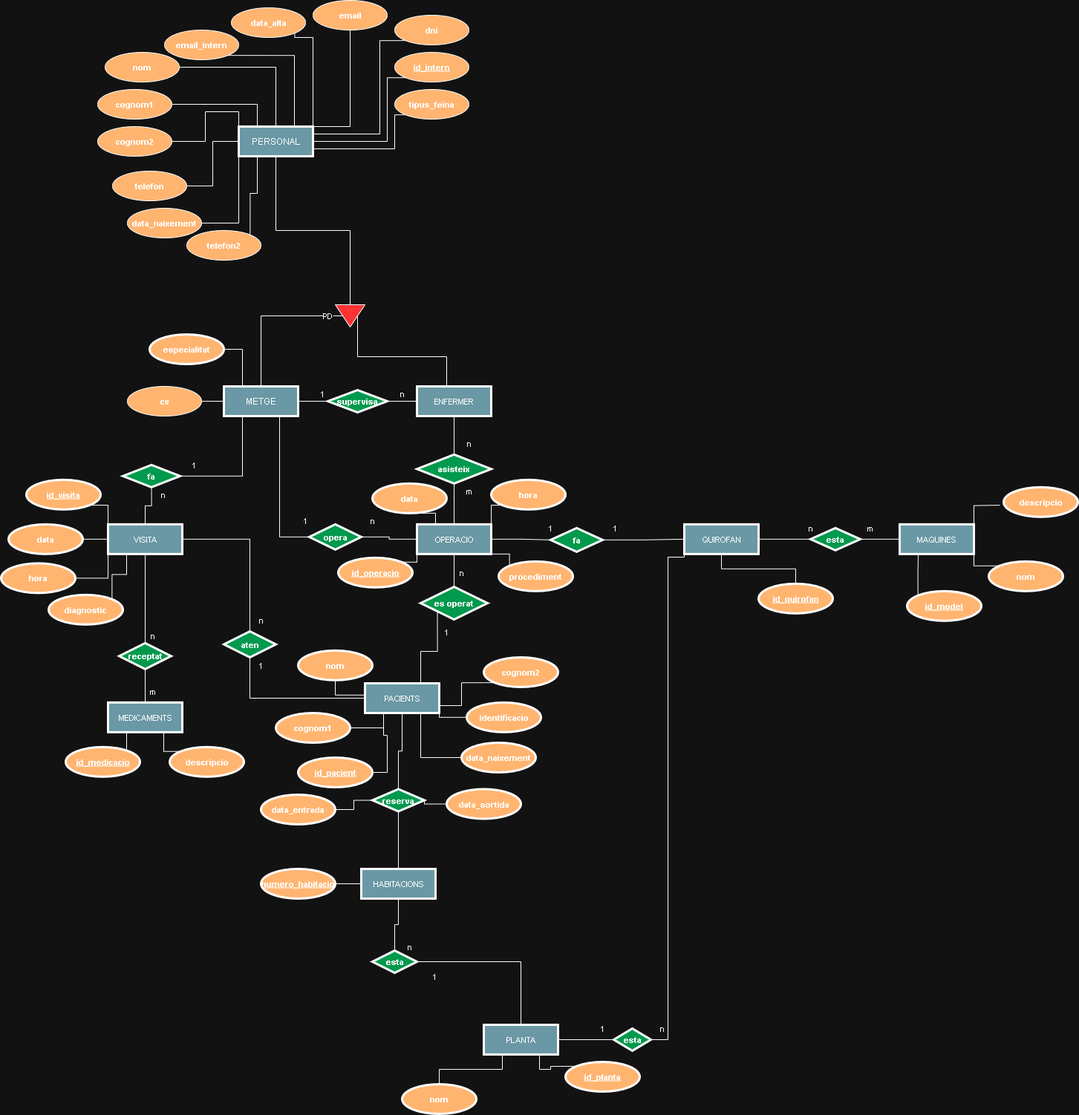
Above: base_de_dades/diagrama_ER_hospital.png in lleeerrriiiccc/Projecte-hospital (draw.io), before the change. Source tidied: cells renumbered, new cells last; positions are measured from the earlier drawing's top-left corner, leaving out a move shared by most shapes.
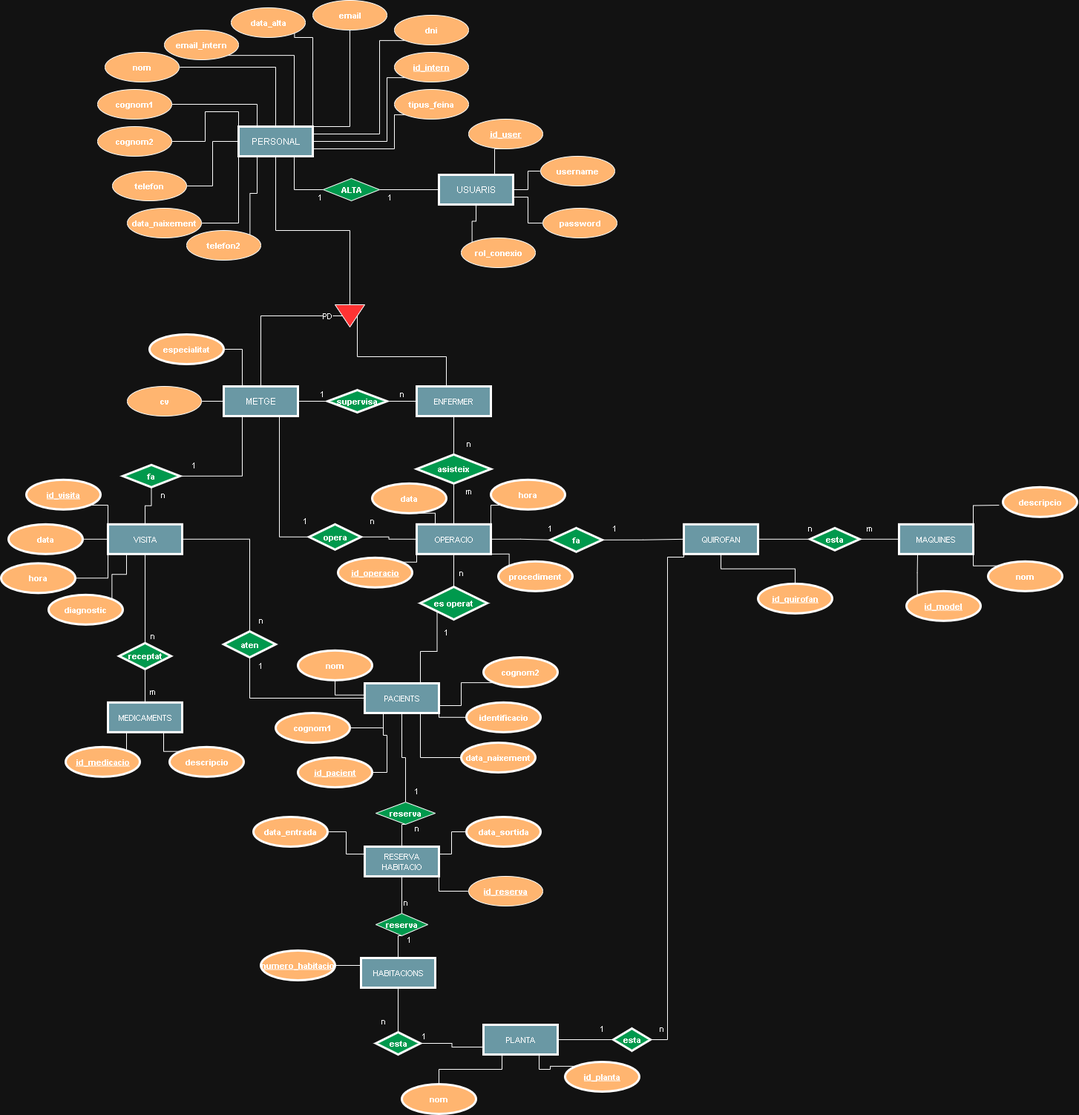
Above is the later version.

What changed in the source:
```diff
@@ -7,2 +7,5 @@
     </mxCell>
+    <mxCell id="154" style="edgeStyle=orthogonalEdgeStyle;rounded=0;jettySize=auto;html=1;exitX=0.75;exitY=1;exitDx=0;exitDy=0;entryX=0;entryY=0.5;entryDx=0;entryDy=0;endArrow=none;endFill=0;" parent="1" edge="1" source="3" target="164">
+      <mxGeometry relative="1" as="geometry" />
+    </mxCell>
     <mxCell id="3" value="PERSONAL" style="whiteSpace=wrap;html=1;align=center;fillColor=light-dark(#99DDFF, #6a98a4);fontColor=#ffffff;strokeColor=#FFFFFF;fillStyle=solid;strokeWidth=3;" parent="1" vertex="1">
@@ -152,5 +155,2 @@
     </mxCell>
-    <mxCell id="40" style="edgeStyle=orthogonalEdgeStyle;shape=connector;rounded=0;jettySize=auto;html=1;exitX=0.5;exitY=0;exitDx=0;exitDy=0;entryX=1;entryY=0.5;entryDx=0;entryDy=0;strokeColor=default;align=center;verticalAlign=middle;fontFamily=Helvetica;fontSize=11;fontColor=#ffffff;labelBackgroundColor=none;endArrow=none;endFill=0;" parent="1" edge="1" source="41" target="95">
-      <mxGeometry relative="1" as="geometry" />
-    </mxCell>
     <mxCell id="41" value="PLANTA" style="whiteSpace=wrap;html=1;align=center;fillColor=light-dark(#99DDFF, #6a98a4);fontColor=#ffffff;strokeColor=#FFFFFF;fillStyle=solid;strokeWidth=3;fontFamily=Helvetica;fontSize=11;labelBackgroundColor=none;" parent="1" vertex="1">
@@ -209,3 +209,3 @@
     <mxCell id="58" value="HABITACIONS" style="whiteSpace=wrap;html=1;align=center;fillColor=light-dark(#99DDFF, #6a98a4);fontColor=#ffffff;strokeColor=#FFFFFF;fillStyle=solid;strokeWidth=3;verticalAlign=middle;fontFamily=Helvetica;fontSize=11;labelBackgroundColor=none;" parent="1" vertex="1">
-      <mxGeometry x="485" y="1170" width="100" height="40" as="geometry" />
+      <mxGeometry x="485" y="1290" width="100" height="40" as="geometry" />
     </mxCell>
@@ -215,3 +215,3 @@
     <mxCell id="60" value="&lt;u&gt;numero_habitacio&lt;/u&gt;" style="ellipse;whiteSpace=wrap;html=1;align=center;fontFamily=Helvetica;fontSize=11;fontColor=default;labelBackgroundColor=none;fillColor=#FFB570;fontStyle=1;fillStyle=solid;strokeColor=#FFFFFF;strokeWidth=3;verticalAlign=middle;" parent="1" vertex="1">
-      <mxGeometry x="350" y="1170" width="100" height="40" as="geometry" />
+      <mxGeometry x="350" y="1280" width="100" height="40" as="geometry" />
     </mxCell>
@@ -220,5 +220,5 @@
     </mxCell>
-    <mxCell id="62" style="edgeStyle=orthogonalEdgeStyle;shape=connector;rounded=0;jettySize=auto;html=1;exitX=0.5;exitY=1;exitDx=0;exitDy=0;entryX=0.5;entryY=0;entryDx=0;entryDy=0;strokeColor=default;align=center;verticalAlign=middle;fontFamily=Helvetica;fontSize=11;fontColor=#ffffff;labelBackgroundColor=none;endArrow=none;endFill=0;" parent="1" edge="1" source="63" target="120">
-      <mxGeometry relative="1" as="geometry" />
-    </mxCell>
+    <mxCell id="155" style="edgeStyle=orthogonalEdgeStyle;shape=connector;rounded=0;jettySize=auto;html=1;exitX=0.5;exitY=1;exitDx=0;exitDy=0;entryX=0.5;entryY=0;entryDx=0;entryDy=0;strokeColor=default;align=center;verticalAlign=middle;fontFamily=Helvetica;fontSize=11;fontColor=default;labelBackgroundColor=default;endArrow=none;endFill=0;" parent="1" edge="1" source="63" target="176">
+      <mxGeometry relative="1" as="geometry" />
+    </mxCell>
     <mxCell id="63" value="PACIENTS" style="whiteSpace=wrap;html=1;align=center;fillColor=light-dark(#99DDFF, #6a98a4);fontColor=#ffffff;strokeColor=#FFFFFF;fillStyle=solid;strokeWidth=3;verticalAlign=middle;fontFamily=Helvetica;fontSize=11;labelBackgroundColor=none;" parent="1" vertex="1">
@@ -325,10 +325,13 @@
     </mxCell>
+    <mxCell id="156" style="edgeStyle=orthogonalEdgeStyle;shape=connector;rounded=0;jettySize=auto;html=1;exitX=1;exitY=0.5;exitDx=0;exitDy=0;entryX=0;entryY=0.75;entryDx=0;entryDy=0;strokeColor=default;align=center;verticalAlign=middle;fontFamily=Helvetica;fontSize=11;fontColor=default;labelBackgroundColor=default;endArrow=none;endFill=0;" parent="1" edge="1" source="95" target="41">
+      <mxGeometry relative="1" as="geometry" />
+    </mxCell>
     <mxCell id="95" value="esta" style="shape=rhombus;perimeter=rhombusPerimeter;whiteSpace=wrap;html=1;align=center;fontFamily=Helvetica;fontSize=11;fontColor=default;labelBackgroundColor=none;fillColor=#00994D;fontStyle=1;fillStyle=solid;strokeColor=#FFFFFF;strokeWidth=3;verticalAlign=middle;" parent="1" vertex="1">
-      <mxGeometry x="500" y="1280" width="60" height="30" as="geometry" />
+      <mxGeometry x="505" y="1390" width="60" height="30" as="geometry" />
     </mxCell>
     <mxCell id="96" value="1" style="text;html=1;align=center;verticalAlign=middle;whiteSpace=wrap;rounded=0;fontFamily=Helvetica;fontSize=11;fontColor=#ffffff;labelBackgroundColor=none;" parent="1" vertex="1">
-      <mxGeometry x="554" y="1300" width="60" height="30" as="geometry" />
+      <mxGeometry x="540" y="1380" width="60" height="30" as="geometry" />
     </mxCell>
     <mxCell id="97" value="n" style="text;html=1;align=center;verticalAlign=middle;whiteSpace=wrap;rounded=0;fontFamily=Helvetica;fontSize=11;fontColor=#ffffff;labelBackgroundColor=none;" parent="1" vertex="1">
-      <mxGeometry x="520" y="1260" width="60" height="30" as="geometry" />
+      <mxGeometry x="485" y="1360" width="60" height="30" as="geometry" />
     </mxCell>
@@ -397,19 +400,13 @@
     </mxCell>
-    <mxCell id="119" style="edgeStyle=orthogonalEdgeStyle;shape=connector;rounded=0;jettySize=auto;html=1;exitX=0.5;exitY=1;exitDx=0;exitDy=0;entryX=0.5;entryY=0;entryDx=0;entryDy=0;strokeColor=default;align=center;verticalAlign=middle;fontFamily=Helvetica;fontSize=11;fontColor=#ffffff;labelBackgroundColor=none;endArrow=none;endFill=0;" parent="1" edge="1" source="120" target="58">
-      <mxGeometry relative="1" as="geometry" />
-    </mxCell>
-    <mxCell id="120" value="reserva" style="shape=rhombus;perimeter=rhombusPerimeter;whiteSpace=wrap;html=1;align=center;fontFamily=Helvetica;fontSize=11;fontColor=default;labelBackgroundColor=none;fillColor=#00994D;fontStyle=1;fillStyle=solid;strokeColor=#FFFFFF;strokeWidth=3;verticalAlign=middle;" parent="1" vertex="1">
-      <mxGeometry x="500" y="1062.5" width="70" height="30" as="geometry" />
-    </mxCell>
-    <mxCell id="121" style="edgeStyle=orthogonalEdgeStyle;shape=connector;rounded=0;jettySize=auto;html=1;exitX=1;exitY=0.5;exitDx=0;exitDy=0;entryX=0;entryY=0.5;entryDx=0;entryDy=0;strokeColor=default;align=center;verticalAlign=middle;fontFamily=Helvetica;fontSize=11;fontColor=#ffffff;labelBackgroundColor=none;endArrow=none;endFill=0;" parent="1" edge="1" source="122" target="120">
-      <mxGeometry relative="1" as="geometry" />
-    </mxCell>
+    <mxCell id="157" style="edgeStyle=orthogonalEdgeStyle;shape=connector;rounded=0;jettySize=auto;html=1;exitX=1;exitY=0.5;exitDx=0;exitDy=0;entryX=0;entryY=0.25;entryDx=0;entryDy=0;strokeColor=default;align=center;verticalAlign=middle;fontFamily=Helvetica;fontSize=11;fontColor=default;labelBackgroundColor=default;endArrow=none;endFill=0;" parent="1" edge="1" source="122" target="174">
+      <mxGeometry relative="1" as="geometry" />
+    </mxCell>
     <mxCell id="122" value="data_entrada" style="ellipse;whiteSpace=wrap;html=1;align=center;fontFamily=Helvetica;fontSize=11;fontColor=default;labelBackgroundColor=none;fillColor=#FFB570;fontStyle=1;fillStyle=solid;strokeColor=#FFFFFF;strokeWidth=3;verticalAlign=middle;" parent="1" vertex="1">
-      <mxGeometry x="350" y="1070" width="100" height="40" as="geometry" />
+      <mxGeometry x="340" y="1100" width="100" height="40" as="geometry" />
     </mxCell>
-    <mxCell id="123" style="edgeStyle=orthogonalEdgeStyle;shape=connector;rounded=0;jettySize=auto;html=1;exitX=0;exitY=0.5;exitDx=0;exitDy=0;entryX=1;entryY=0.5;entryDx=0;entryDy=0;strokeColor=default;align=center;verticalAlign=middle;fontFamily=Helvetica;fontSize=11;fontColor=#ffffff;labelBackgroundColor=none;endArrow=none;endFill=0;" parent="1" edge="1" source="124" target="120">
-      <mxGeometry relative="1" as="geometry" />
-    </mxCell>
+    <mxCell id="158" style="edgeStyle=orthogonalEdgeStyle;shape=connector;rounded=0;jettySize=auto;html=1;exitX=0;exitY=0.5;exitDx=0;exitDy=0;entryX=1;entryY=0.25;entryDx=0;entryDy=0;strokeColor=default;align=center;verticalAlign=middle;fontFamily=Helvetica;fontSize=11;fontColor=default;labelBackgroundColor=default;endArrow=none;endFill=0;" parent="1" edge="1" source="124" target="174">
+      <mxGeometry relative="1" as="geometry" />
+    </mxCell>
     <mxCell id="124" value="data_sortida" style="ellipse;whiteSpace=wrap;html=1;align=center;fontFamily=Helvetica;fontSize=11;fontColor=default;labelBackgroundColor=none;fillColor=#FFB570;fontStyle=1;fillStyle=solid;strokeColor=#FFFFFF;strokeWidth=3;verticalAlign=middle;" parent="1" vertex="1">
-      <mxGeometry x="600" y="1062.5" width="100" height="40" as="geometry" />
+      <mxGeometry x="627" y="1100" width="100" height="40" as="geometry" />
     </mxCell>
@@ -502,2 +499,77 @@
     </mxCell>
+    <mxCell id="159" style="edgeStyle=orthogonalEdgeStyle;rounded=0;jettySize=auto;html=1;exitX=0.5;exitY=1;exitDx=0;exitDy=0;entryX=0;entryY=0;entryDx=0;entryDy=0;endArrow=none;endFill=0;" parent="1" edge="1" source="162" target="169">
+      <mxGeometry relative="1" as="geometry" />
+    </mxCell>
+    <mxCell id="160" style="edgeStyle=orthogonalEdgeStyle;shape=connector;rounded=0;jettySize=auto;html=1;exitX=1;exitY=0.75;exitDx=0;exitDy=0;entryX=0;entryY=0.5;entryDx=0;entryDy=0;strokeColor=default;align=center;verticalAlign=middle;fontFamily=Helvetica;fontSize=11;fontColor=default;labelBackgroundColor=default;endArrow=none;endFill=0;" parent="1" edge="1" source="162" target="168">
+      <mxGeometry relative="1" as="geometry" />
+    </mxCell>
+    <mxCell id="161" style="edgeStyle=orthogonalEdgeStyle;shape=connector;rounded=0;jettySize=auto;html=1;exitX=1;exitY=0.5;exitDx=0;exitDy=0;entryX=0;entryY=0.5;entryDx=0;entryDy=0;strokeColor=default;align=center;verticalAlign=middle;fontFamily=Helvetica;fontSize=11;fontColor=default;labelBackgroundColor=default;endArrow=none;endFill=0;" parent="1" edge="1" source="162" target="167">
+      <mxGeometry relative="1" as="geometry" />
+    </mxCell>
+    <mxCell id="162" value="USUARIS" style="whiteSpace=wrap;html=1;align=center;fillColor=light-dark(#99DDFF, #6a98a4);fontColor=#ffffff;strokeColor=#FFFFFF;fillStyle=solid;strokeWidth=3;" parent="1" vertex="1">
+      <mxGeometry x="590" y="235" width="100" height="40" as="geometry" />
+    </mxCell>
+    <mxCell id="163" style="edgeStyle=orthogonalEdgeStyle;rounded=0;jettySize=auto;html=1;exitX=1;exitY=0.5;exitDx=0;exitDy=0;entryX=0;entryY=0.5;entryDx=0;entryDy=0;endArrow=none;endFill=0;" parent="1" edge="1" source="164" target="162">
+      <mxGeometry relative="1" as="geometry" />
+    </mxCell>
+    <mxCell id="164" value="ALTA" style="shape=rhombus;perimeter=rhombusPerimeter;whiteSpace=wrap;html=1;align=center;fontFamily=Helvetica;fontSize=11;fontColor=default;labelBackgroundColor=none;fillColor=#00994D;fontStyle=1;" parent="1" vertex="1">
+      <mxGeometry x="434" y="240" width="76" height="30" as="geometry" />
+    </mxCell>
+    <mxCell id="165" style="edgeStyle=orthogonalEdgeStyle;shape=connector;rounded=0;jettySize=auto;html=1;exitX=0.5;exitY=1;exitDx=0;exitDy=0;entryX=0.75;entryY=0;entryDx=0;entryDy=0;strokeColor=default;align=center;verticalAlign=middle;fontFamily=Helvetica;fontSize=11;fontColor=default;labelBackgroundColor=default;endArrow=none;endFill=0;" parent="1" edge="1" source="166" target="162">
+      <mxGeometry relative="1" as="geometry" />
+    </mxCell>
+    <mxCell id="166" value="&lt;u&gt;id_user&lt;/u&gt;" style="ellipse;whiteSpace=wrap;html=1;align=center;fontFamily=Helvetica;fontSize=11;fontColor=default;labelBackgroundColor=none;fillColor=#FFB570;fontStyle=1;" parent="1" vertex="1">
+      <mxGeometry x="630" y="160" width="100" height="40" as="geometry" />
+    </mxCell>
+    <mxCell id="167" value="username" style="ellipse;whiteSpace=wrap;html=1;align=center;fontFamily=Helvetica;fontSize=11;fontColor=default;labelBackgroundColor=none;fillColor=#FFB570;fontStyle=1;" parent="1" vertex="1">
+      <mxGeometry x="727" y="210" width="100" height="40" as="geometry" />
+    </mxCell>
+    <mxCell id="168" value="password" style="ellipse;whiteSpace=wrap;html=1;align=center;fontFamily=Helvetica;fontSize=11;fontColor=default;labelBackgroundColor=none;fillColor=#FFB570;fontStyle=1;" parent="1" vertex="1">
+      <mxGeometry x="730" y="280" width="100" height="40" as="geometry" />
+    </mxCell>
+    <mxCell id="169" value="rol_conexio" style="ellipse;whiteSpace=wrap;html=1;align=center;fontFamily=Helvetica;fontSize=11;fontColor=default;labelBackgroundColor=none;fillColor=#FFB570;fontStyle=1;" parent="1" vertex="1">
+      <mxGeometry x="620" y="320" width="100" height="40" as="geometry" />
+    </mxCell>
+    <mxCell id="170" value="1" style="text;html=1;align=center;verticalAlign=middle;whiteSpace=wrap;rounded=0;fontFamily=Helvetica;fontSize=11;fontColor=default;labelBackgroundColor=default;" parent="1" vertex="1">
+      <mxGeometry x="400" y="250" width="60" height="30" as="geometry" />
+    </mxCell>
+    <mxCell id="171" value="1" style="text;html=1;align=center;verticalAlign=middle;whiteSpace=wrap;rounded=0;fontFamily=Helvetica;fontSize=11;fontColor=default;labelBackgroundColor=default;" parent="1" vertex="1">
+      <mxGeometry x="494" y="250" width="60" height="30" as="geometry" />
+    </mxCell>
+    <mxCell id="172" style="edgeStyle=orthogonalEdgeStyle;shape=connector;rounded=0;jettySize=auto;html=1;exitX=0.5;exitY=1;exitDx=0;exitDy=0;entryX=0.5;entryY=0;entryDx=0;entryDy=0;strokeColor=default;align=center;verticalAlign=middle;fontFamily=Helvetica;fontSize=11;fontColor=default;labelBackgroundColor=default;endArrow=none;endFill=0;" parent="1" edge="1" source="174" target="178">
+      <mxGeometry relative="1" as="geometry" />
+    </mxCell>
+    <mxCell id="173" style="edgeStyle=orthogonalEdgeStyle;shape=connector;rounded=0;jettySize=auto;html=1;exitX=1;exitY=1;exitDx=0;exitDy=0;entryX=0;entryY=0.5;entryDx=0;entryDy=0;strokeColor=default;align=center;verticalAlign=middle;fontFamily=Helvetica;fontSize=11;fontColor=default;labelBackgroundColor=default;endArrow=none;endFill=0;" parent="1" edge="1" source="174" target="179">
+      <mxGeometry relative="1" as="geometry" />
+    </mxCell>
+    <mxCell id="174" value="&lt;span&gt;RESERVA HABITACIO&lt;/span&gt;" style="whiteSpace=wrap;html=1;align=center;fillColor=light-dark(#99DDFF, #6a98a4);fontColor=#ffffff;strokeColor=#FFFFFF;fillStyle=solid;strokeWidth=3;fontFamily=Helvetica;fontSize=11;labelBackgroundColor=none;" parent="1" vertex="1">
+      <mxGeometry x="490" y="1140" width="100" height="40" as="geometry" />
+    </mxCell>
+    <mxCell id="175" style="edgeStyle=orthogonalEdgeStyle;shape=connector;rounded=0;jettySize=auto;html=1;exitX=0.5;exitY=1;exitDx=0;exitDy=0;entryX=0.5;entryY=0;entryDx=0;entryDy=0;strokeColor=default;align=center;verticalAlign=middle;fontFamily=Helvetica;fontSize=11;fontColor=default;labelBackgroundColor=default;endArrow=none;endFill=0;" parent="1" edge="1" source="176" target="174">
+      <mxGeometry relative="1" as="geometry" />
+    </mxCell>
+    <mxCell id="176" value="reserva" style="shape=rhombus;perimeter=rhombusPerimeter;whiteSpace=wrap;html=1;align=center;fontFamily=Helvetica;fontSize=11;fontColor=default;labelBackgroundColor=none;fillColor=#00994D;fontStyle=1;" parent="1" vertex="1">
+      <mxGeometry x="505" y="1080" width="80" height="30" as="geometry" />
+    </mxCell>
+    <mxCell id="177" style="edgeStyle=orthogonalEdgeStyle;shape=connector;rounded=0;jettySize=auto;html=1;exitX=0.5;exitY=1;exitDx=0;exitDy=0;entryX=0.5;entryY=0;entryDx=0;entryDy=0;strokeColor=default;align=center;verticalAlign=middle;fontFamily=Helvetica;fontSize=11;fontColor=default;labelBackgroundColor=default;endArrow=none;endFill=0;" parent="1" edge="1" source="178" target="58">
+      <mxGeometry relative="1" as="geometry" />
+    </mxCell>
+    <mxCell id="178" value="reserva" style="shape=rhombus;perimeter=rhombusPerimeter;whiteSpace=wrap;html=1;align=center;fontFamily=Helvetica;fontSize=11;fontColor=default;labelBackgroundColor=none;fillColor=#00994D;fontStyle=1;" parent="1" vertex="1">
+      <mxGeometry x="505" y="1230" width="70" height="30" as="geometry" />
+    </mxCell>
+    <mxCell id="179" value="&lt;u&gt;id_reserva&lt;/u&gt;" style="ellipse;whiteSpace=wrap;html=1;align=center;fontFamily=Helvetica;fontSize=11;fontColor=default;labelBackgroundColor=none;fillColor=#FFB570;fontStyle=1;" parent="1" vertex="1">
+      <mxGeometry x="630" y="1180" width="100" height="40" as="geometry" />
+    </mxCell>
+    <mxCell id="180" value="1" style="text;html=1;align=center;verticalAlign=middle;whiteSpace=wrap;rounded=0;fontFamily=Helvetica;fontSize=11;fontColor=default;labelBackgroundColor=default;" parent="1" vertex="1">
+      <mxGeometry x="530" y="1050" width="60" height="30" as="geometry" />
+    </mxCell>
+    <mxCell id="181" value="n" style="text;html=1;align=center;verticalAlign=middle;whiteSpace=wrap;rounded=0;fontFamily=Helvetica;fontSize=11;fontColor=default;labelBackgroundColor=default;" parent="1" vertex="1">
+      <mxGeometry x="530" y="1100" width="60" height="30" as="geometry" />
+    </mxCell>
+    <mxCell id="182" value="1" style="text;html=1;align=center;verticalAlign=middle;whiteSpace=wrap;rounded=0;fontFamily=Helvetica;fontSize=11;fontColor=default;labelBackgroundColor=default;" parent="1" vertex="1">
+      <mxGeometry x="520" y="1250" width="60" height="30" as="geometry" />
+    </mxCell>
+    <mxCell id="183" value="n" style="text;html=1;align=center;verticalAlign=middle;whiteSpace=wrap;rounded=0;fontFamily=Helvetica;fontSize=11;fontColor=default;labelBackgroundColor=default;" parent="1" vertex="1">
+      <mxGeometry x="515" y="1200" width="60" height="30" as="geometry" />
+    </mxCell>
   </root>
```
